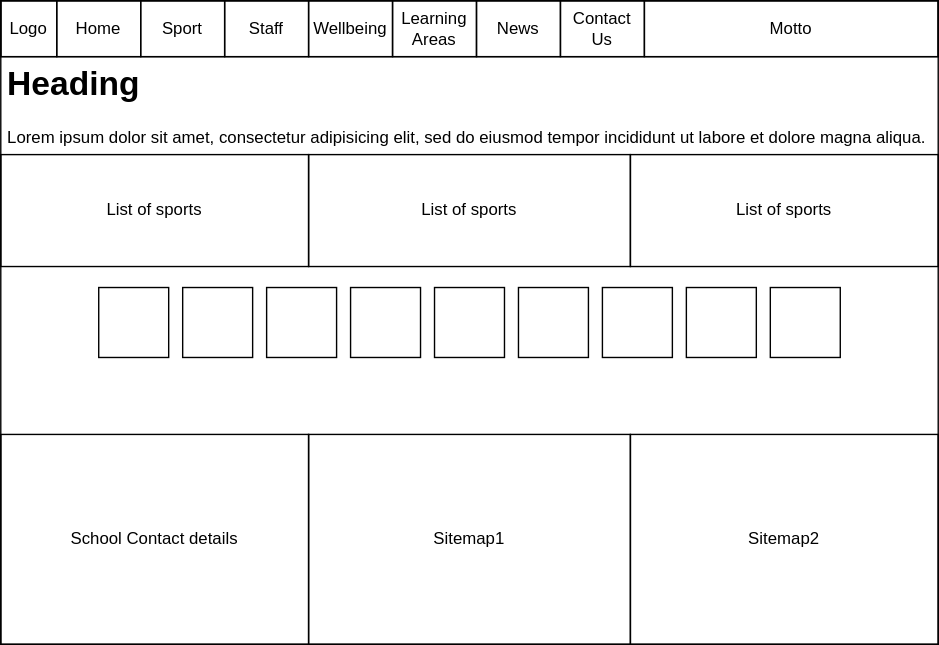
Before: planning/wireframes/page2desktop1.drawio.svg, a diagram exported from draw.io (hdert/dtgLvl2Assessment2021). Source tidied: cells renumbered, new cells last; positions are measured from the earlier drawing's top-left corner, leaving out a move shared by most shapes. Its diagram source:
```xml
<mxGraphModel>
  <root>
    <mxCell id="0" />
    <mxCell id="1" parent="0" />
    <mxCell id="2" style="rounded=0;whiteSpace=wrap;html=1;fillColor=none;" parent="1" vertex="1">
      <mxGeometry width="670" height="460" as="geometry" />
    </mxCell>
    <mxCell id="3" style="rounded=0;whiteSpace=wrap;html=1;fillColor=none;" parent="1" vertex="1">
      <mxGeometry width="670" height="40" as="geometry" />
    </mxCell>
    <mxCell id="4" value="Logo" style="rounded=0;whiteSpace=wrap;html=1;fillColor=none;" parent="1" vertex="1">
      <mxGeometry width="40" height="40" as="geometry" />
    </mxCell>
    <mxCell id="5" value="Motto" style="rounded=0;whiteSpace=wrap;html=1;fillColor=none;" parent="1" vertex="1">
      <mxGeometry x="460" width="210" height="40" as="geometry" />
    </mxCell>
    <mxCell id="6" value="Home" style="rounded=0;whiteSpace=wrap;html=1;fillColor=none;" parent="1" vertex="1">
      <mxGeometry x="40" width="60" height="40" as="geometry" />
    </mxCell>
    <mxCell id="7" value="Learning Areas" style="rounded=0;whiteSpace=wrap;html=1;fillColor=none;" parent="1" vertex="1">
      <mxGeometry x="280" width="60" height="40" as="geometry" />
    </mxCell>
    <mxCell id="8" value="Wellbeing" style="rounded=0;whiteSpace=wrap;html=1;fillColor=none;" parent="1" vertex="1">
      <mxGeometry x="220" width="60" height="40" as="geometry" />
    </mxCell>
    <mxCell id="9" value="Sport" style="rounded=0;whiteSpace=wrap;html=1;fillColor=none;" parent="1" vertex="1">
      <mxGeometry x="100" width="60" height="40" as="geometry" />
    </mxCell>
    <mxCell id="10" value="Staff" style="rounded=0;whiteSpace=wrap;html=1;fillColor=none;" parent="1" vertex="1">
      <mxGeometry x="160" width="60" height="40" as="geometry" />
    </mxCell>
    <mxCell id="11" value="News" style="rounded=0;whiteSpace=wrap;html=1;fillColor=none;" parent="1" vertex="1">
      <mxGeometry x="340" width="60" height="40" as="geometry" />
    </mxCell>
    <mxCell id="12" value="Contact Us" style="rounded=0;whiteSpace=wrap;html=1;fillColor=none;" parent="1" vertex="1">
      <mxGeometry x="400" width="60" height="40" as="geometry" />
    </mxCell>
    <mxCell id="13" value="School Contact details" style="rounded=0;whiteSpace=wrap;html=1;fillColor=none;" parent="1" vertex="1">
      <mxGeometry y="310" width="220" height="150" as="geometry" />
    </mxCell>
    <mxCell id="14" value="Sitemap1" style="rounded=0;whiteSpace=wrap;html=1;fillColor=none;" parent="1" vertex="1">
      <mxGeometry x="220" y="310" width="230" height="150" as="geometry" />
    </mxCell>
    <mxCell id="15" value="Sitemap2" style="rounded=0;whiteSpace=wrap;html=1;fillColor=none;" parent="1" vertex="1">
      <mxGeometry x="450" y="310" width="220" height="150" as="geometry" />
    </mxCell>
    <mxCell id="16" value="&lt;h1&gt;Heading&lt;/h1&gt;&lt;p&gt;Lorem ipsum dolor sit amet, consectetur adipisicing elit, sed do eiusmod tempor incididunt ut labore et dolore magna aliqua.&lt;/p&gt;" style="text;html=1;strokeColor=none;fillColor=none;spacing=5;spacingTop=-20;whiteSpace=wrap;overflow=hidden;rounded=0;" parent="1" vertex="1">
      <mxGeometry y="40" width="670" height="70" as="geometry" />
    </mxCell>
    <mxCell id="17" value="List of sports" style="rounded=0;whiteSpace=wrap;html=1;fillColor=none;" parent="1" vertex="1">
      <mxGeometry y="110" width="220" height="80" as="geometry" />
    </mxCell>
    <mxCell id="18" value="List of sports" style="rounded=0;whiteSpace=wrap;html=1;fillColor=none;" parent="1" vertex="1">
      <mxGeometry x="220" y="110" width="230" height="80" as="geometry" />
    </mxCell>
    <mxCell id="19" value="List of sports" style="rounded=0;whiteSpace=wrap;html=1;fillColor=none;" parent="1" vertex="1">
      <mxGeometry x="450" y="110" width="220" height="80" as="geometry" />
    </mxCell>
    <mxCell id="20" style="rounded=0;whiteSpace=wrap;html=1;fillColor=none;" parent="1" vertex="1">
      <mxGeometry x="70" y="205" width="50" height="50" as="geometry" />
    </mxCell>
    <mxCell id="21" style="rounded=0;whiteSpace=wrap;html=1;fillColor=none;" parent="1" vertex="1">
      <mxGeometry x="550" y="205" width="50" height="50" as="geometry" />
    </mxCell>
    <mxCell id="22" style="rounded=0;whiteSpace=wrap;html=1;fillColor=none;" parent="1" vertex="1">
      <mxGeometry x="490" y="205" width="50" height="50" as="geometry" />
    </mxCell>
    <mxCell id="23" style="rounded=0;whiteSpace=wrap;html=1;fillColor=none;" parent="1" vertex="1">
      <mxGeometry x="430" y="205" width="50" height="50" as="geometry" />
    </mxCell>
    <mxCell id="24" style="rounded=0;whiteSpace=wrap;html=1;fillColor=none;" parent="1" vertex="1">
      <mxGeometry x="370" y="205" width="50" height="50" as="geometry" />
    </mxCell>
    <mxCell id="25" style="rounded=0;whiteSpace=wrap;html=1;fillColor=none;" parent="1" vertex="1">
      <mxGeometry x="190" y="205" width="50" height="50" as="geometry" />
    </mxCell>
    <mxCell id="26" style="rounded=0;whiteSpace=wrap;html=1;fillColor=none;" parent="1" vertex="1">
      <mxGeometry x="130" y="205" width="50" height="50" as="geometry" />
    </mxCell>
    <mxCell id="27" style="rounded=0;whiteSpace=wrap;html=1;fillColor=none;" parent="1" vertex="1">
      <mxGeometry x="250" y="205" width="50" height="50" as="geometry" />
    </mxCell>
    <mxCell id="28" style="rounded=0;whiteSpace=wrap;html=1;fillColor=none;" parent="1" vertex="1">
      <mxGeometry x="310" y="205" width="50" height="50" as="geometry" />
    </mxCell>
  </root>
</mxGraphModel>
```
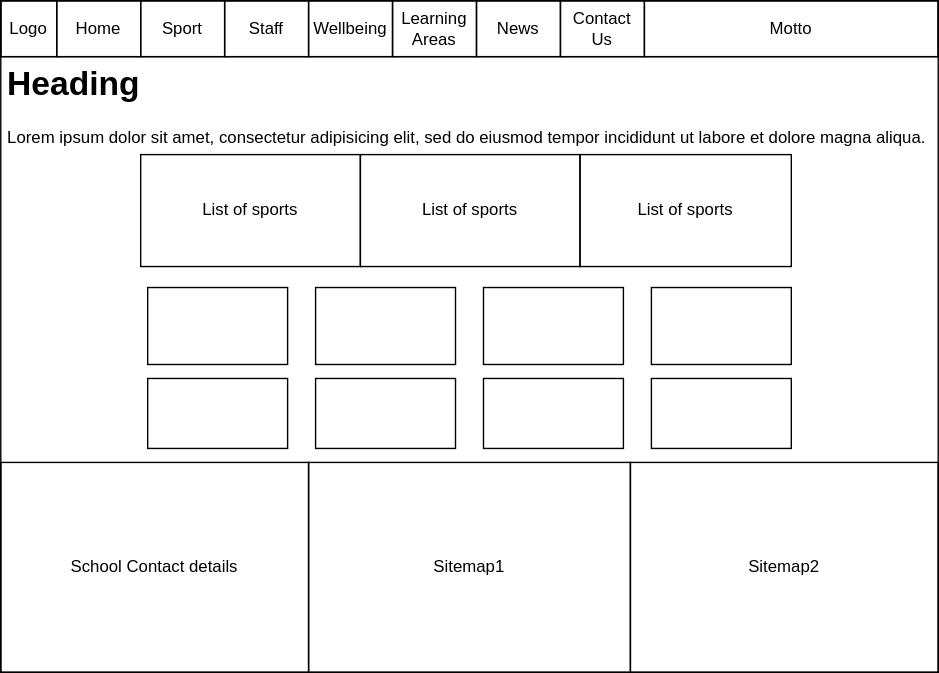
Later version of the same file.

Commit message:
change design to reflect feedback

What changed in the source:
```diff
@@ -3,8 +3,14 @@
     <mxCell id="0" />
     <mxCell id="1" parent="0" />
     <mxCell id="2" style="rounded=0;whiteSpace=wrap;html=1;fillColor=none;" parent="1" vertex="1">
-      <mxGeometry width="670" height="460" as="geometry" />
+      <mxGeometry width="670" height="480" as="geometry" />
     </mxCell>
+    <mxCell id="23" style="rounded=0;whiteSpace=wrap;html=1;fillColor=none;" parent="1" vertex="1">
+      <mxGeometry x="465" y="205" width="100" height="55" as="geometry" />
+    </mxCell>
+    <mxCell id="28" style="rounded=0;whiteSpace=wrap;html=1;fillColor=none;" parent="1" vertex="1">
+      <mxGeometry x="345" y="205" width="100" height="55" as="geometry" />
+    </mxCell>
     <mxCell id="3" style="rounded=0;whiteSpace=wrap;html=1;fillColor=none;" parent="1" vertex="1">
       <mxGeometry width="670" height="40" as="geometry" />
     </mxCell>
@@ -36,52 +42,43 @@
       <mxGeometry x="400" width="60" height="40" as="geometry" />
     </mxCell>
     <mxCell id="13" value="School Contact details" style="rounded=0;whiteSpace=wrap;html=1;fillColor=none;" parent="1" vertex="1">
-      <mxGeometry y="310" width="220" height="150" as="geometry" />
+      <mxGeometry y="330" width="220" height="150" as="geometry" />
     </mxCell>
     <mxCell id="14" value="Sitemap1" style="rounded=0;whiteSpace=wrap;html=1;fillColor=none;" parent="1" vertex="1">
-      <mxGeometry x="220" y="310" width="230" height="150" as="geometry" />
+      <mxGeometry x="220" y="330" width="230" height="150" as="geometry" />
     </mxCell>
     <mxCell id="15" value="Sitemap2" style="rounded=0;whiteSpace=wrap;html=1;fillColor=none;" parent="1" vertex="1">
-      <mxGeometry x="450" y="310" width="220" height="150" as="geometry" />
+      <mxGeometry x="450" y="330" width="220" height="150" as="geometry" />
     </mxCell>
     <mxCell id="16" value="&lt;h1&gt;Heading&lt;/h1&gt;&lt;p&gt;Lorem ipsum dolor sit amet, consectetur adipisicing elit, sed do eiusmod tempor incididunt ut labore et dolore magna aliqua.&lt;/p&gt;" style="text;html=1;strokeColor=none;fillColor=none;spacing=5;spacingTop=-20;whiteSpace=wrap;overflow=hidden;rounded=0;" parent="1" vertex="1">
       <mxGeometry y="40" width="670" height="70" as="geometry" />
     </mxCell>
     <mxCell id="17" value="List of sports" style="rounded=0;whiteSpace=wrap;html=1;fillColor=none;" parent="1" vertex="1">
-      <mxGeometry y="110" width="220" height="80" as="geometry" />
+      <mxGeometry x="100" y="110" width="157" height="80" as="geometry" />
     </mxCell>
     <mxCell id="18" value="List of sports" style="rounded=0;whiteSpace=wrap;html=1;fillColor=none;" parent="1" vertex="1">
-      <mxGeometry x="220" y="110" width="230" height="80" as="geometry" />
+      <mxGeometry x="257" y="110" width="157" height="80" as="geometry" />
     </mxCell>
     <mxCell id="19" value="List of sports" style="rounded=0;whiteSpace=wrap;html=1;fillColor=none;" parent="1" vertex="1">
-      <mxGeometry x="450" y="110" width="220" height="80" as="geometry" />
+      <mxGeometry x="414" y="110" width="151" height="80" as="geometry" />
     </mxCell>
     <mxCell id="20" style="rounded=0;whiteSpace=wrap;html=1;fillColor=none;" parent="1" vertex="1">
-      <mxGeometry x="70" y="205" width="50" height="50" as="geometry" />
+      <mxGeometry x="105" y="205" width="100" height="55" as="geometry" />
     </mxCell>
-    <mxCell id="21" style="rounded=0;whiteSpace=wrap;html=1;fillColor=none;" parent="1" vertex="1">
-      <mxGeometry x="550" y="205" width="50" height="50" as="geometry" />
-    </mxCell>
     <mxCell id="22" style="rounded=0;whiteSpace=wrap;html=1;fillColor=none;" parent="1" vertex="1">
-      <mxGeometry x="490" y="205" width="50" height="50" as="geometry" />
+      <mxGeometry x="465" y="270" width="100" height="50" as="geometry" />
     </mxCell>
-    <mxCell id="23" style="rounded=0;whiteSpace=wrap;html=1;fillColor=none;" parent="1" vertex="1">
-      <mxGeometry x="430" y="205" width="50" height="50" as="geometry" />
-    </mxCell>
     <mxCell id="24" style="rounded=0;whiteSpace=wrap;html=1;fillColor=none;" parent="1" vertex="1">
-      <mxGeometry x="370" y="205" width="50" height="50" as="geometry" />
+      <mxGeometry x="345" y="270" width="100" height="50" as="geometry" />
     </mxCell>
     <mxCell id="25" style="rounded=0;whiteSpace=wrap;html=1;fillColor=none;" parent="1" vertex="1">
-      <mxGeometry x="190" y="205" width="50" height="50" as="geometry" />
+      <mxGeometry x="225" y="205" width="100" height="55" as="geometry" />
     </mxCell>
     <mxCell id="26" style="rounded=0;whiteSpace=wrap;html=1;fillColor=none;" parent="1" vertex="1">
-      <mxGeometry x="130" y="205" width="50" height="50" as="geometry" />
+      <mxGeometry x="105" y="270" width="100" height="50" as="geometry" />
     </mxCell>
     <mxCell id="27" style="rounded=0;whiteSpace=wrap;html=1;fillColor=none;" parent="1" vertex="1">
-      <mxGeometry x="250" y="205" width="50" height="50" as="geometry" />
+      <mxGeometry x="225" y="270" width="100" height="50" as="geometry" />
     </mxCell>
-    <mxCell id="28" style="rounded=0;whiteSpace=wrap;html=1;fillColor=none;" parent="1" vertex="1">
-      <mxGeometry x="310" y="205" width="50" height="50" as="geometry" />
-    </mxCell>
   </root>
 </mxGraphModel>
```
